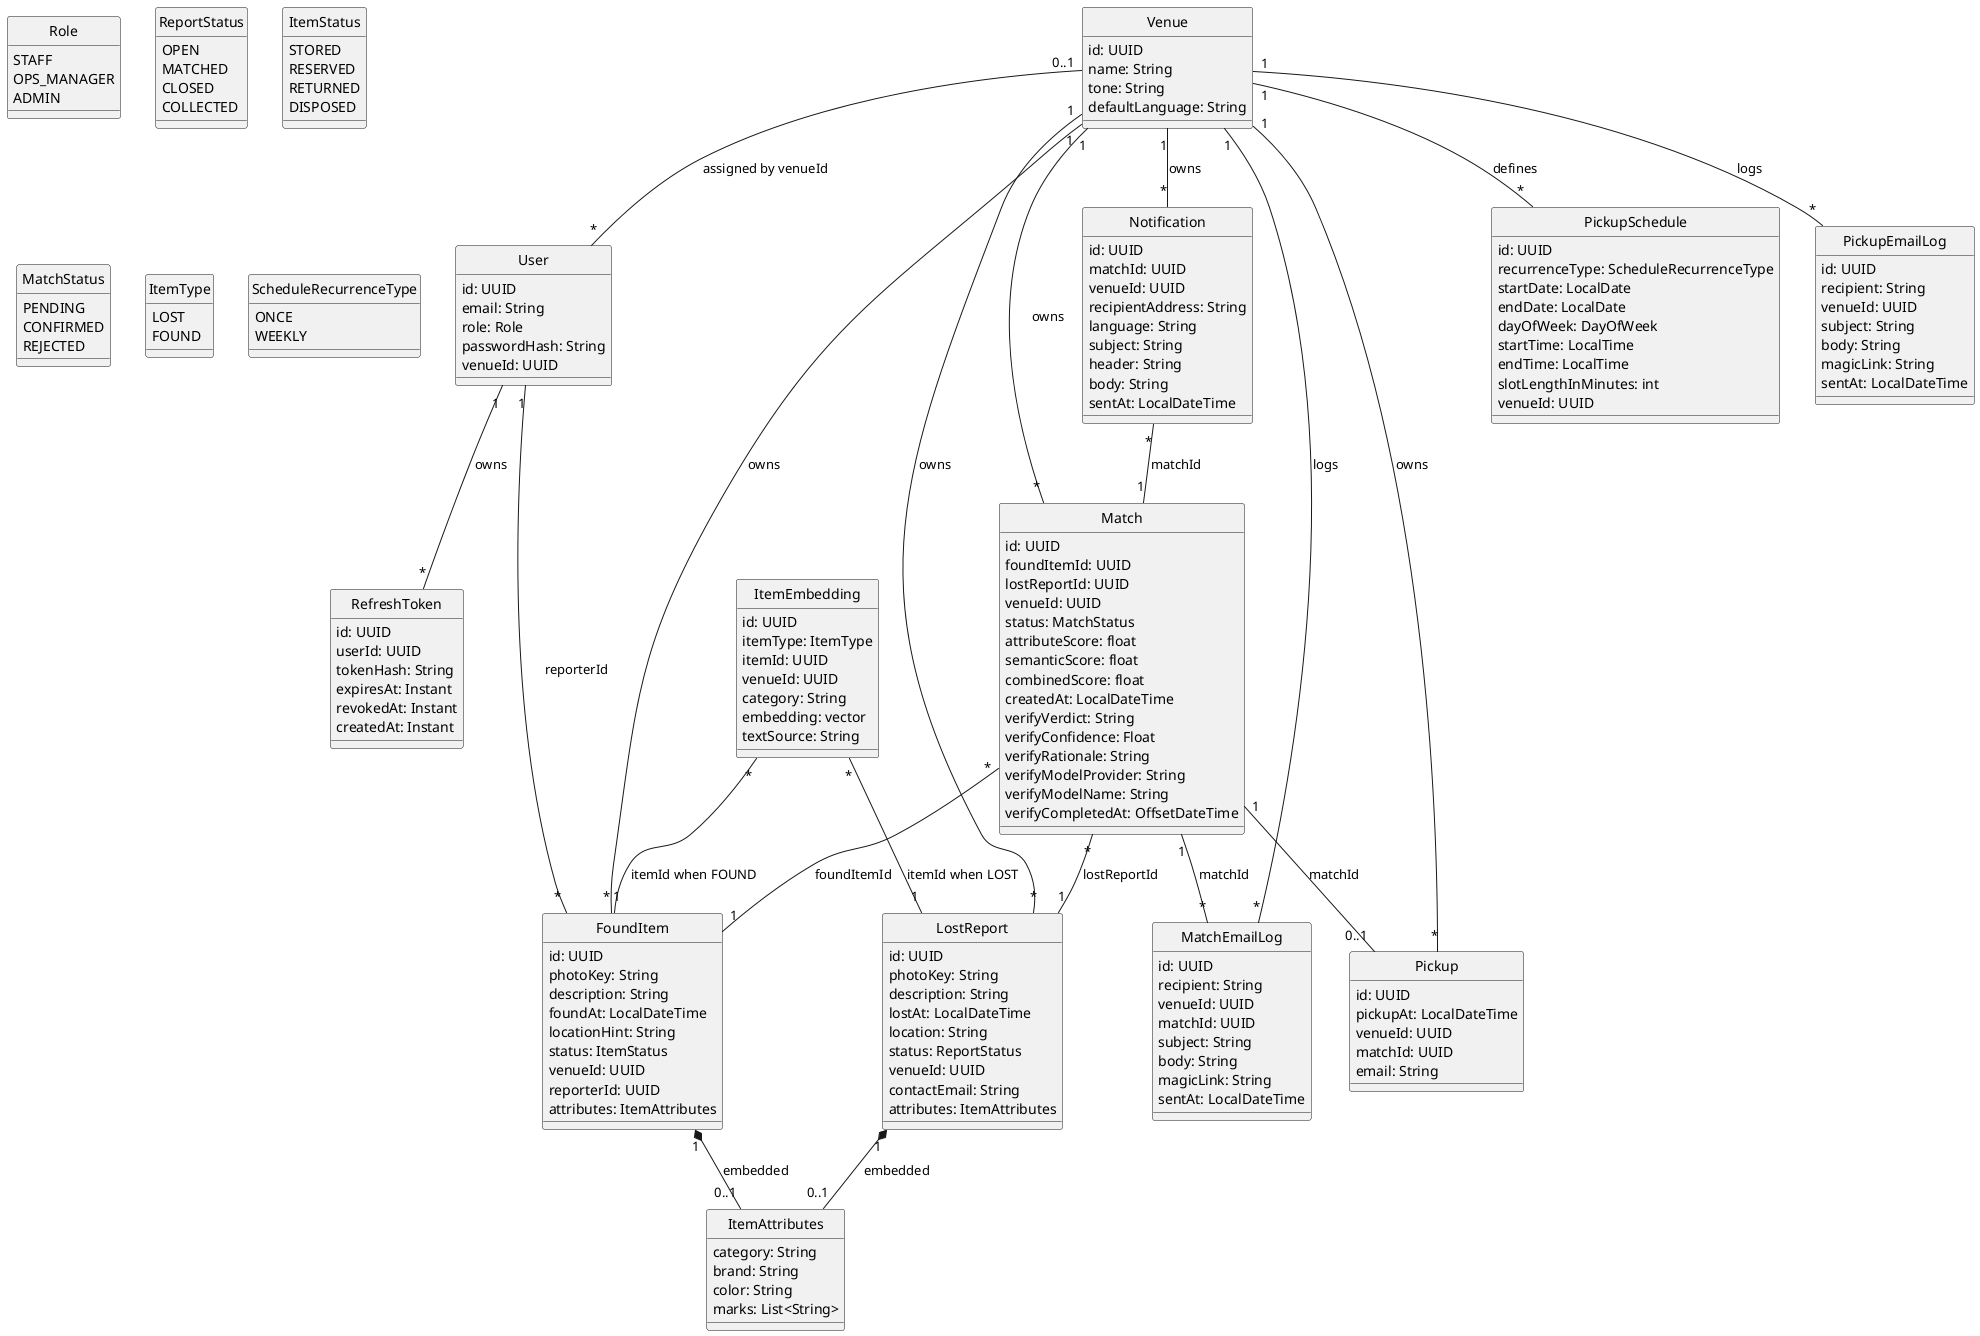
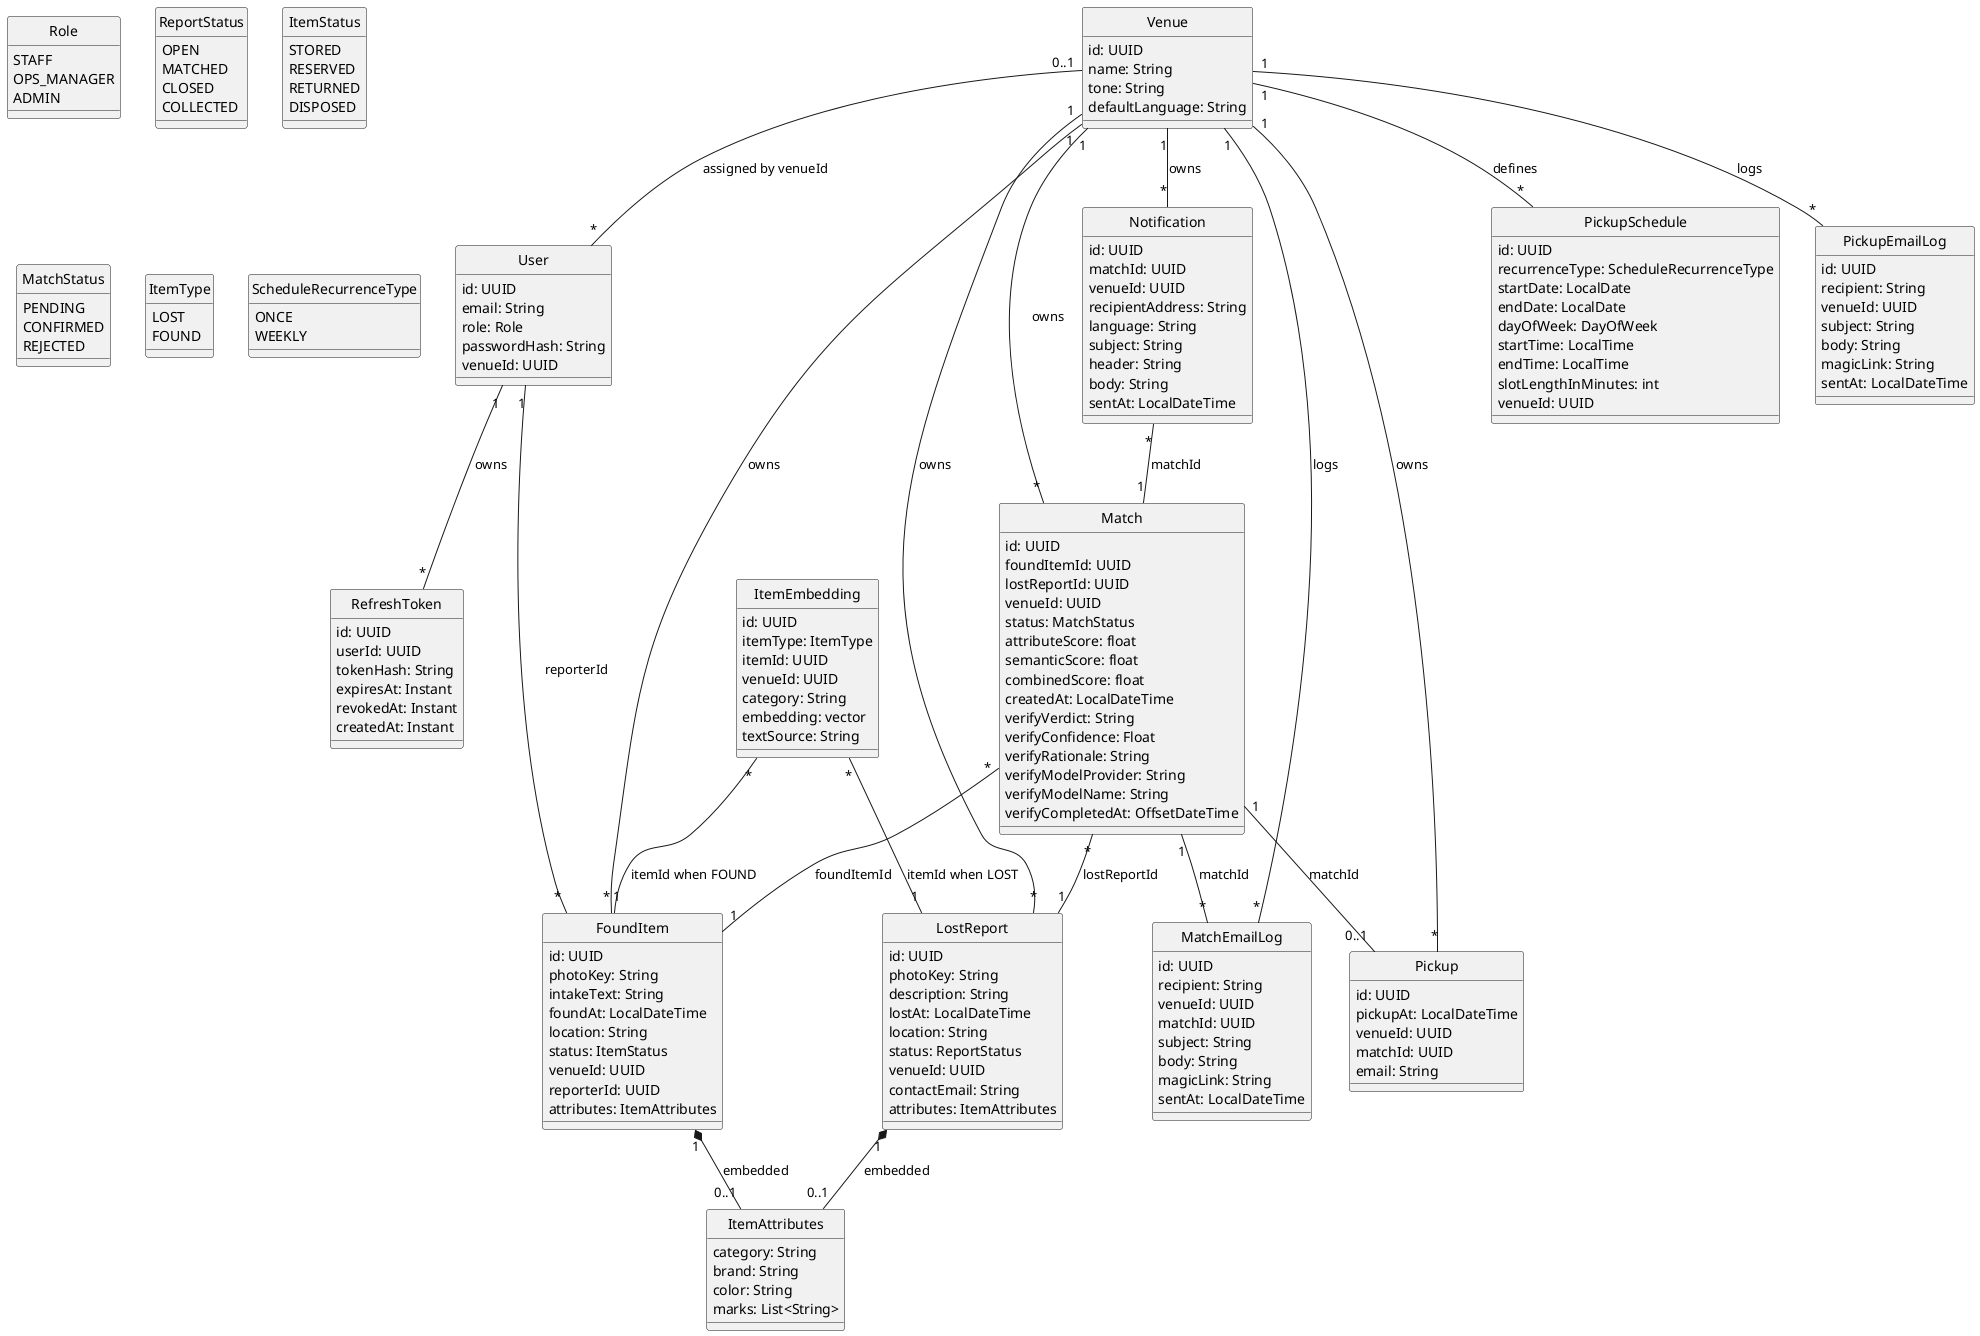
@startuml
skinparam classAttributeIconSize 0
hide circle

enum Role {
  STAFF
  OPS_MANAGER
  ADMIN
}

enum ReportStatus {
  OPEN
  MATCHED
  CLOSED
  COLLECTED
}

enum ItemStatus {
  STORED
  RESERVED
  RETURNED
  DISPOSED
}

enum MatchStatus {
  PENDING
  CONFIRMED
  REJECTED
}

enum ItemType {
  LOST
  FOUND
}

enum ScheduleRecurrenceType {
  ONCE
  WEEKLY
}

class Venue {
  id: UUID
  name: String
  tone: String
  defaultLanguage: String
}

class User {
  id: UUID
  email: String
  role: Role
  passwordHash: String
  venueId: UUID
}

class RefreshToken {
  id: UUID
  userId: UUID
  tokenHash: String
  expiresAt: Instant
  revokedAt: Instant
  createdAt: Instant
}

class ItemAttributes {
  category: String
  brand: String
  color: String
  marks: List<String>
}

class LostReport {
  id: UUID
  photoKey: String
  description: String
  lostAt: LocalDateTime
  location: String
  status: ReportStatus
  venueId: UUID
  contactEmail: String
  attributes: ItemAttributes
}

class FoundItem {
  id: UUID
  photoKey: String
-   description: String
+   intakeText: String
  foundAt: LocalDateTime
-   locationHint: String
+   location: String
  status: ItemStatus
  venueId: UUID
  reporterId: UUID
  attributes: ItemAttributes
}

class Match {
  id: UUID
  foundItemId: UUID
  lostReportId: UUID
  venueId: UUID
  status: MatchStatus
  attributeScore: float
  semanticScore: float
  combinedScore: float
  createdAt: LocalDateTime
  verifyVerdict: String
  verifyConfidence: Float
  verifyRationale: String
  verifyModelProvider: String
  verifyModelName: String
  verifyCompletedAt: OffsetDateTime
}

class ItemEmbedding {
  id: UUID
  itemType: ItemType
  itemId: UUID
  venueId: UUID
  category: String
  embedding: vector
  textSource: String
}

class MatchEmailLog {
  id: UUID
  recipient: String
  venueId: UUID
  matchId: UUID
  subject: String
  body: String
  magicLink: String
  sentAt: LocalDateTime
}

class Notification {
  id: UUID
  matchId: UUID
  venueId: UUID
  recipientAddress: String
  language: String
  subject: String
  header: String
  body: String
  sentAt: LocalDateTime
}

class Pickup {
  id: UUID
  pickupAt: LocalDateTime
  venueId: UUID
  matchId: UUID
  email: String
}

class PickupSchedule {
  id: UUID
  recurrenceType: ScheduleRecurrenceType
  startDate: LocalDate
  endDate: LocalDate
  dayOfWeek: DayOfWeek
  startTime: LocalTime
  endTime: LocalTime
  slotLengthInMinutes: int
  venueId: UUID
}

class PickupEmailLog {
  id: UUID
  recipient: String
  venueId: UUID
  subject: String
  body: String
  magicLink: String
  sentAt: LocalDateTime
}

Venue "0..1" -- "*" User : assigned by venueId
User "1" -- "*" RefreshToken : owns
Venue "1" -- "*" LostReport : owns
Venue "1" -- "*" FoundItem : owns
Venue "1" -- "*" Match : owns
Venue "1" -- "*" Notification : owns
Venue "1" -- "*" Pickup : owns
Venue "1" -- "*" PickupSchedule : defines
Venue "1" -- "*" MatchEmailLog : logs
Venue "1" -- "*" PickupEmailLog : logs

User "1" -- "*" FoundItem : reporterId

LostReport "1" *-- "0..1" ItemAttributes : embedded
FoundItem "1" *-- "0..1" ItemAttributes : embedded

Match "*" -- "1" FoundItem : foundItemId
Match "*" -- "1" LostReport : lostReportId
Match "1" -- "*" MatchEmailLog : matchId
Match "1" -- "0..1" Pickup : matchId
Notification "*" -- "1" Match : matchId

ItemEmbedding "*" -- "1" LostReport : itemId when LOST
ItemEmbedding "*" -- "1" FoundItem : itemId when FOUND
@enduml
